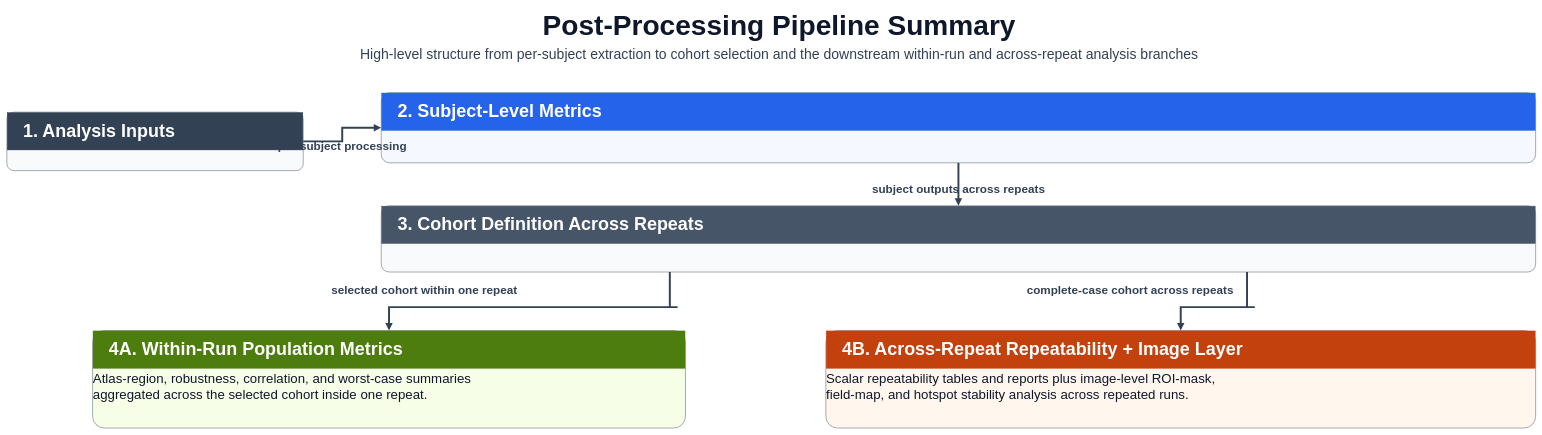
Above: SimNIBS/Scripts/CamCan_Experiment/docs/post_pipeline_metric_flowchart.drawio in DFrogBinder/TI_Pipeline (draw.io), before the change. Source tidied: cells renumbered, new cells numbered last; positions are measured from the earlier drawing's top-left corner, leaving out a move shared by most shapes. Both pictures are drawn from the tidied source at 39%, with x=0, y=0 at pixel (7, 7).
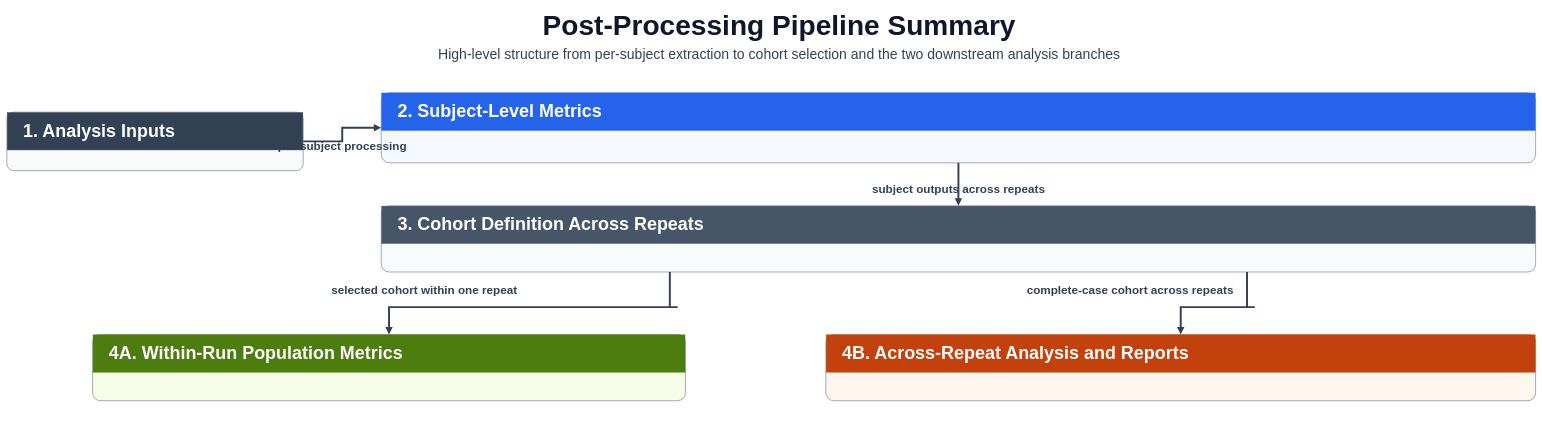
The same diagram, later.

Commit message (it also covers changes not shown here):
various edits to the flowchart

Unchanged cells that the change refers to:
```xml
<mxCell id="10" style="rounded=1;arcSize=12;whiteSpace=wrap;html=1;fillColor=#F8FAFC;strokeColor=#1E293B;" parent="1" vertex="1">
  <mxGeometry x="960" y="510" width="2960" height="170" as="geometry" />
</mxCell>
```

Change to the diagram source:
```diff
@@
-    <mxCell id="3" value="High-level structure from per-subject extraction to cohort selection and the downstream within-run and across-repeat analysis branches" style="text;html=1;strokeColor=none;fillColor=none;align=center;verticalAlign=middle;fontSize=36;fontColor=#334155;" parent="1" vertex="1">
+    <mxCell id="3" value="High-level structure from per-subject extraction to cohort selection and the two downstream analysis branches" style="text;html=1;strokeColor=none;fillColor=none;align=center;verticalAlign=middle;fontSize=36;fontColor=#334155;" parent="1" vertex="1">
       <mxGeometry x="100" y="92" width="3760" height="56" as="geometry" />
     </mxCell>
@@
     <mxCell id="13" style="rounded=1;arcSize=12;whiteSpace=wrap;html=1;fillColor=#F7FEE7;strokeColor=#1E293B;" parent="1" vertex="1">
-      <mxGeometry x="220" y="830" width="1520" height="250" as="geometry" />
+      <mxGeometry x="220" y="840" width="1520" height="170" as="geometry" />
     </mxCell>
     <mxCell id="14" style="rounded=0;whiteSpace=wrap;html=1;fillColor=#4D7C0F;strokeColor=#4D7C0F;" parent="1" vertex="1">
-      <mxGeometry x="221" y="831" width="1518" height="96" as="geometry" />
+      <mxGeometry x="221" y="841" width="1518" height="96" as="geometry" />
     </mxCell>
     <mxCell id="15" value="4A. Within-Run Population Metrics" style="text;html=1;strokeColor=none;fillColor=none;align=left;verticalAlign=middle;spacingLeft=30;fontSize=46;fontStyle=1;fontColor=#FFFFFF;" parent="1" vertex="1">
-      <mxGeometry x="230" y="848" width="1500" height="60" as="geometry" />
+      <mxGeometry x="230" y="858" width="1500" height="60" as="geometry" />
     </mxCell>
-    <mxCell id="16" value="&lt;div style='font-size:34px;line-height:1.22;color:#0F172A;'&gt;Atlas-region, robustness, correlation, and worst-case summaries&lt;br/&gt;aggregated across the selected cohort inside one repeat.&lt;/div&gt;" style="text;html=1;whiteSpace=wrap;align=left;verticalAlign=top;spacingLeft=24;spacingRight=24;spacingTop=10;strokeColor=none;fillColor=none;fontSize=34;fontColor=#0F172A;overflow=fill;" parent="1" vertex="1">
-      <mxGeometry x="221" y="934" width="1518" height="144" as="geometry" />
-    </mxCell>
     <mxCell id="17" style="rounded=1;arcSize=12;whiteSpace=wrap;html=1;fillColor=#FFF7ED;strokeColor=#1E293B;" parent="1" vertex="1">
-      <mxGeometry x="2100" y="830" width="1820" height="250" as="geometry" />
+      <mxGeometry x="2100" y="840" width="1820" height="170" as="geometry" />
     </mxCell>
     <mxCell id="18" style="rounded=0;whiteSpace=wrap;html=1;fillColor=#C2410C;strokeColor=#C2410C;" parent="1" vertex="1">
-      <mxGeometry x="2101" y="831" width="1818" height="96" as="geometry" />
+      <mxGeometry x="2101" y="841" width="1818" height="96" as="geometry" />
     </mxCell>
-    <mxCell id="19" value="4B. Across-Repeat Repeatability + Image Layer" style="text;html=1;strokeColor=none;fillColor=none;align=left;verticalAlign=middle;spacingLeft=30;fontSize=46;fontStyle=1;fontColor=#FFFFFF;" parent="1" vertex="1">
-      <mxGeometry x="2110" y="848" width="1800" height="60" as="geometry" />
+    <mxCell id="19" value="4B. Across-Repeat Analysis and Reports" style="text;html=1;strokeColor=none;fillColor=none;align=left;verticalAlign=middle;spacingLeft=30;fontSize=46;fontStyle=1;fontColor=#FFFFFF;" parent="1" vertex="1">
+      <mxGeometry x="2110" y="858" width="1800" height="60" as="geometry" />
     </mxCell>
-    <mxCell id="20" value="&lt;div style='font-size:34px;line-height:1.22;color:#0F172A;'&gt;Scalar repeatability tables and reports plus image-level ROI-mask,&lt;br/&gt;field-map, and hotspot stability analysis across repeated runs.&lt;/div&gt;" style="text;html=1;whiteSpace=wrap;align=left;verticalAlign=top;spacingLeft=24;spacingRight=24;spacingTop=10;strokeColor=none;fillColor=none;fontSize=34;fontColor=#0F172A;overflow=fill;" parent="1" vertex="1">
-      <mxGeometry x="2101" y="934" width="1818" height="144" as="geometry" />
-    </mxCell>
@@
     <mxCell id="25" style="edgeStyle=orthogonalEdgeStyle;rounded=0;jettySize=auto;html=1;strokeColor=#334155;strokeWidth=5;endArrow=block;endFill=1;exitX=0.25;exitY=1.0;entryX=0.5;entryY=0.0;" parent="1" edge="1" source="10" target="13">
       <mxGeometry relative="1" as="geometry">
         <Array as="points">
           <mxPoint x="1720" y="770" />
           <mxPoint x="980" y="770" />
-          <mxPoint x="980" y="830" />
+          <mxPoint x="980" y="840" />
         </Array>
       </mxGeometry>
     </mxCell>
@@
     <mxCell id="27" style="edgeStyle=orthogonalEdgeStyle;rounded=0;jettySize=auto;html=1;strokeColor=#334155;strokeWidth=5;endArrow=block;endFill=1;exitX=0.75;exitY=1.0;entryX=0.5;entryY=0.0;" parent="1" edge="1" source="10" target="17">
       <mxGeometry relative="1" as="geometry">
         <Array as="points">
           <mxPoint x="3200" y="770" />
           <mxPoint x="3010" y="770" />
-          <mxPoint x="3010" y="830" />
+          <mxPoint x="3010" y="840" />
         </Array>
       </mxGeometry>
     </mxCell>
```
